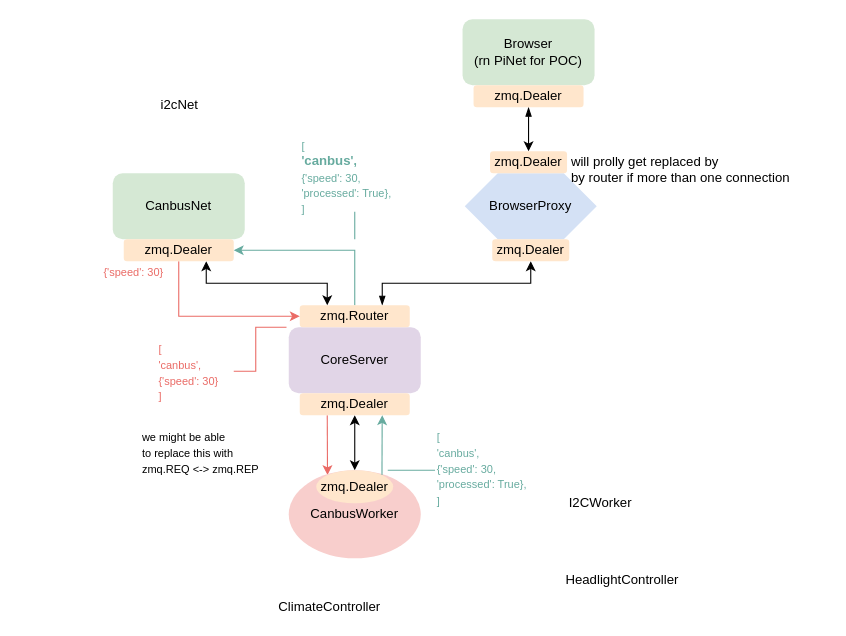
Before: architecture.drawio in relectric-car-team/systems, a draw.io diagram. Source tidied: cells renumbered, new cells numbered last; positions are measured from the earlier drawing's top-left corner, leaving out a move shared by most shapes. Both pictures are drawn from the tidied source at 110%, with x=0, y=0 at pixel (101, 19).
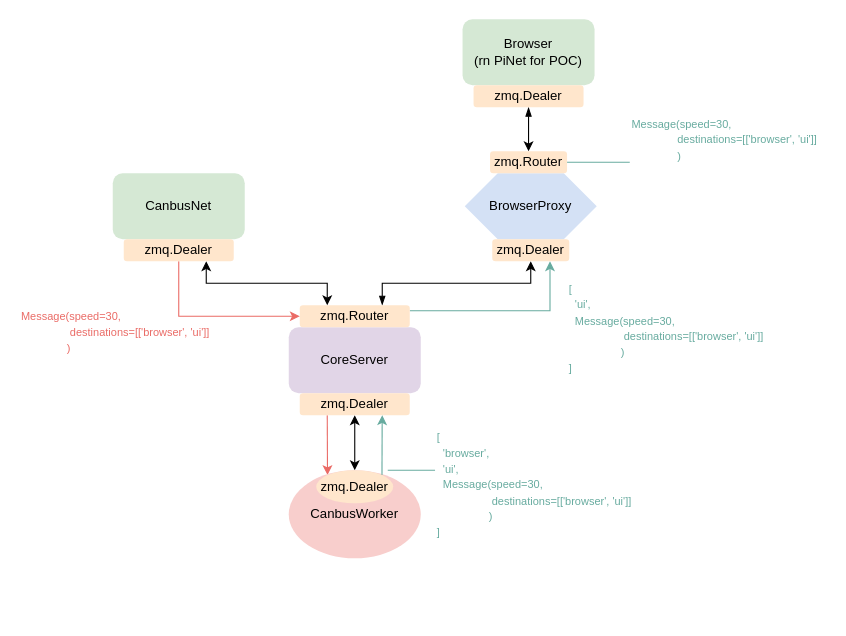
The same diagram, later.

Commit message (it also covers changes not shown here):
docs: updated/fixed docstrings + drawio :memo:

The change refers to these unchanged cells:
```xml
<mxCell id="3" value="CoreServer" style="rounded=1;whiteSpace=wrap;html=1;fillColor=#e1d5e7;strokeColor=none;fontColor=#000000;" parent="1" vertex="1">
  <mxGeometry x="170" y="280" width="120" height="60" as="geometry" />
</mxCell>
<mxCell id="7" value="zmq.Router" style="rounded=1;whiteSpace=wrap;html=1;fillColor=#ffe6cc;strokeColor=none;fontColor=#000000;" parent="1" vertex="1">
  <mxGeometry x="180" y="260" width="100" height="20" as="geometry" />
</mxCell>
<mxCell id="13" value="zmq.Dealer" style="rounded=1;whiteSpace=wrap;html=1;fillColor=#ffe6cc;strokeColor=none;fontColor=#000000;" parent="1" vertex="1">
  <mxGeometry x="20" y="200" width="100" height="20" as="geometry" />
</mxCell>
<mxCell id="28" value="zmq.Dealer" style="rounded=1;whiteSpace=wrap;html=1;fillColor=#ffe6cc;strokeColor=none;fontColor=#000000;" parent="1" vertex="1">
  <mxGeometry x="355" y="200" width="70" height="20" as="geometry" />
</mxCell>
```

What changed in the source:
```diff
@@
-    <mxCell id="5" style="edgeStyle=orthogonalEdgeStyle;rounded=0;jumpStyle=arc;jumpSize=10;jettySize=auto;html=1;exitX=0.5;exitY=0;exitDx=0;exitDy=0;startArrow=none;startFill=0;endArrow=classic;endFill=1;strokeColor=#67AB9F;entryX=1;entryY=0.5;entryDx=0;entryDy=0;" parent="1" edge="1" source="7" target="13">
-      <mxGeometry relative="1" as="geometry">
-        <Array as="points">
-          <mxPoint x="230" y="210" />
-        </Array>
-      </mxGeometry>
-    </mxCell>
@@
+    <mxCell id="34" style="edgeStyle=orthogonalEdgeStyle;rounded=0;jettySize=auto;html=1;exitX=1;exitY=0.25;exitDx=0;exitDy=0;entryX=0.75;entryY=1;entryDx=0;entryDy=0;fillColor=#d5e8d4;strokeColor=#67AB9F;" parent="1" edge="1" source="7" target="28">
+      <mxGeometry relative="1" as="geometry" />
+    </mxCell>
@@
-    <mxCell id="19" value="&lt;font size=&quot;1&quot; color=&quot;#ea6b66&quot;&gt;{'speed': 30}&lt;/font&gt;" style="text;html=1;align=left;verticalAlign=top;spacingTop=-4;" parent="1" vertex="1">
-      <mxGeometry y="220" width="70" height="20" as="geometry" />
+    <mxCell id="19" value="&lt;font size=&quot;1&quot; color=&quot;#ea6b66&quot;&gt;Message(speed=30,&lt;br&gt;&amp;nbsp; &amp;nbsp; &amp;nbsp; &amp;nbsp; &amp;nbsp; &amp;nbsp; &amp;nbsp; &amp;nbsp; destinations=[['browser', 'ui']]&lt;br&gt;&amp;nbsp; &amp;nbsp; &amp;nbsp; &amp;nbsp; &amp;nbsp; &amp;nbsp; &amp;nbsp; &amp;nbsp;)&lt;br&gt;&lt;br&gt;&lt;/font&gt;" style="text;html=1;align=left;verticalAlign=top;spacingTop=-4;" parent="1" vertex="1">
+      <mxGeometry x="-75" y="260" width="190" height="60" as="geometry" />
     </mxCell>
-    <mxCell id="20" style="edgeStyle=orthogonalEdgeStyle;rounded=0;jumpStyle=arc;jumpSize=10;jettySize=auto;html=1;startArrow=none;startFill=0;endArrow=none;endFill=0;strokeColor=#EA6B66;entryX=-0.017;entryY=0;entryDx=0;entryDy=0;entryPerimeter=0;" parent="1" edge="1" source="21" target="3">
-      <mxGeometry relative="1" as="geometry">
-        <Array as="points">
-          <mxPoint x="140" y="320" />
-          <mxPoint x="140" y="280" />
-        </Array>
-      </mxGeometry>
-    </mxCell>
-    <mxCell id="21" value="&lt;font color=&quot;#ea6b66&quot; size=&quot;1&quot;&gt;[ &lt;br&gt;'canbus',&lt;br&gt;{'speed': 30}&lt;br&gt;]&lt;br&gt;&lt;/font&gt;" style="text;html=1;points=[];align=left;verticalAlign=top;spacingTop=-4;" parent="1" vertex="1">
-      <mxGeometry x="50" y="290" width="70" height="60" as="geometry" />
-    </mxCell>
@@
-    <mxCell id="23" value="&lt;font size=&quot;1&quot;&gt;&lt;font color=&quot;#67ab9f&quot;&gt;[ &lt;br&gt;'canbus',&lt;br&gt;{'speed': 30,&lt;br&gt;'processed': True},&lt;br&gt;]&lt;/font&gt;&lt;br&gt;&lt;/font&gt;" style="text;html=1;points=[];align=left;verticalAlign=top;spacingTop=-4;" parent="1" vertex="1">
-      <mxGeometry x="303" y="370" width="100" height="70" as="geometry" />
+    <mxCell id="23" value="&lt;font size=&quot;1&quot;&gt;&lt;font color=&quot;#67ab9f&quot;&gt;[&lt;br&gt;&amp;nbsp; 'browser',&lt;br&gt;&amp;nbsp; 'ui',&lt;br&gt;&amp;nbsp; Message(speed=30,&lt;br&gt;&amp;nbsp; &amp;nbsp; &amp;nbsp; &amp;nbsp; &amp;nbsp; &amp;nbsp; &amp;nbsp; &amp;nbsp; &amp;nbsp; destinations=[['browser', 'ui']]&lt;br&gt;&amp;nbsp; &amp;nbsp; &amp;nbsp; &amp;nbsp; &amp;nbsp; &amp;nbsp; &amp;nbsp; &amp;nbsp; &amp;nbsp;)&lt;br&gt;]&lt;/font&gt;&lt;br&gt;&lt;/font&gt;" style="text;html=1;points=[];align=left;verticalAlign=top;spacingTop=-4;" parent="1" vertex="1">
+      <mxGeometry x="303" y="370" width="190" height="100" as="geometry" />
     </mxCell>
-    <mxCell id="24" style="edgeStyle=orthogonalEdgeStyle;rounded=0;jumpStyle=arc;jumpSize=10;jettySize=auto;html=1;startArrow=none;startFill=0;endArrow=none;endFill=0;strokeColor=#67AB9F;" parent="1" edge="1" source="25">
-      <mxGeometry relative="1" as="geometry">
-        <mxPoint x="230" y="200" as="targetPoint" />
-      </mxGeometry>
-    </mxCell>
-    <mxCell id="25" value="&lt;font size=&quot;1&quot;&gt;&lt;font color=&quot;#67ab9f&quot;&gt;[ &lt;br&gt;&lt;b style=&quot;font-size: 12px&quot;&gt;&lt;span style=&quot;font-size: 11px&quot;&gt;'&lt;/span&gt;canbus&lt;span style=&quot;font-size: 11px&quot;&gt;',&lt;/span&gt;&lt;br&gt;&lt;/b&gt;{'speed': 30,&lt;br&gt;'processed': True},&lt;br&gt;]&lt;/font&gt;&lt;br&gt;&lt;/font&gt;" style="text;html=1;points=[];align=left;verticalAlign=top;spacingTop=-4;" parent="1" vertex="1">
-      <mxGeometry x="180" y="105" width="100" height="70" as="geometry" />
+    <mxCell id="25" value="&lt;font size=&quot;1&quot;&gt;&lt;font color=&quot;#67ab9f&quot;&gt;[&lt;br&gt;&amp;nbsp; 'ui',&lt;br&gt;&amp;nbsp; Message(speed=30,&lt;br&gt;&amp;nbsp; &amp;nbsp; &amp;nbsp; &amp;nbsp; &amp;nbsp; &amp;nbsp; &amp;nbsp; &amp;nbsp; &amp;nbsp; destinations=[['browser', 'ui']]&lt;br&gt;&amp;nbsp; &amp;nbsp; &amp;nbsp; &amp;nbsp; &amp;nbsp; &amp;nbsp; &amp;nbsp; &amp;nbsp; &amp;nbsp;)&lt;br&gt;]&lt;/font&gt;&lt;br&gt;&lt;/font&gt;" style="text;html=1;points=[];align=left;verticalAlign=top;spacingTop=-4;" parent="1" vertex="1">
+      <mxGeometry x="423" y="235" width="190" height="90" as="geometry" />
     </mxCell>
-    <mxCell id="26" value="&lt;font size=&quot;1&quot;&gt;we might be able&lt;br&gt;to replace this with&lt;br&gt;zmq.REQ &amp;lt;-&amp;gt; zmq.REP&lt;br&gt;&lt;/font&gt;" style="text;html=1;align=left;verticalAlign=top;spacingTop=-4;fontColor=#000000;" parent="1" vertex="1">
-      <mxGeometry x="35" y="370" width="120" height="40" as="geometry" />
-    </mxCell>
@@
+    <mxCell id="35" style="edgeStyle=orthogonalEdgeStyle;rounded=0;jettySize=auto;html=1;exitX=1;exitY=0.5;exitDx=0;exitDy=0;strokeColor=#67AB9F;fillColor=#97D077;endArrow=none;endFill=0;" parent="1" edge="1" source="29">
+      <mxGeometry relative="1" as="geometry">
+        <mxPoint x="480" y="130" as="targetPoint" />
+      </mxGeometry>
+    </mxCell>
-    <mxCell id="29" value="zmq.Dealer" style="rounded=1;whiteSpace=wrap;html=1;fillColor=#ffe6cc;strokeColor=none;fontColor=#000000;" parent="1" vertex="1">
+    <mxCell id="29" value="zmq.Router" style="rounded=1;whiteSpace=wrap;html=1;fillColor=#ffe6cc;strokeColor=none;fontColor=#000000;" parent="1" vertex="1">
       <mxGeometry x="353" y="120" width="70" height="20" as="geometry" />
     </mxCell>
-    <mxCell id="30" value="will prolly get replaced by&lt;br&gt;by router if more than one connection" style="text;html=1;align=left;verticalAlign=top;spacingTop=-4;" parent="1" vertex="1">
-      <mxGeometry x="425" y="120" width="210" height="30" as="geometry" />
-    </mxCell>
-    <mxCell id="31" value="I2CWorker&lt;br&gt;" style="text;html=1;align=left;verticalAlign=top;spacingTop=-4;" parent="1" vertex="1">
-      <mxGeometry x="423" y="430" width="70" height="20" as="geometry" />
-    </mxCell>
-    <mxCell id="32" value="i2cNet&lt;br&gt;" style="text;html=1;align=left;verticalAlign=top;spacingTop=-4;" parent="1" vertex="1">
-      <mxGeometry x="52" y="68" width="50" height="20" as="geometry" />
-    </mxCell>
-    <mxCell id="33" value="ClimateController" style="text;html=1;align=left;verticalAlign=top;spacingTop=-4;" parent="1" vertex="1">
-      <mxGeometry x="159" y="524" width="110" height="20" as="geometry" />
-    </mxCell>
-    <mxCell id="34" value="HeadlightController" style="text;html=1;align=left;verticalAlign=top;spacingTop=-4;" parent="1" vertex="1">
-      <mxGeometry x="420" y="500" width="120" height="20" as="geometry" />
-    </mxCell>
+    <mxCell id="36" value="&lt;font size=&quot;1&quot;&gt;&lt;font color=&quot;#67ab9f&quot;&gt;Message(speed=30,&lt;br&gt;&amp;nbsp; &amp;nbsp; &amp;nbsp; &amp;nbsp; &amp;nbsp; &amp;nbsp; &amp;nbsp; &amp;nbsp;destinations=[['browser', 'ui']]&lt;br&gt;&amp;nbsp; &amp;nbsp; &amp;nbsp; &amp;nbsp; &amp;nbsp; &amp;nbsp; &amp;nbsp; &amp;nbsp;)&lt;/font&gt;&lt;br&gt;&lt;/font&gt;" style="text;html=1;align=left;verticalAlign=top;spacingTop=-4;" parent="1" vertex="1">
+      <mxGeometry x="480" y="85" width="180" height="40" as="geometry" />
+    </mxCell>
```
